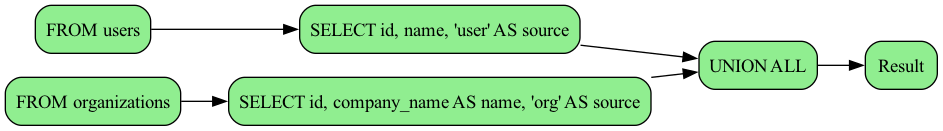
The Graphviz diagram examples/union_query_operation.png in rot1024/sqloflow, before a commit. Its source is kept beside it as examples/union_query_operation.dot.
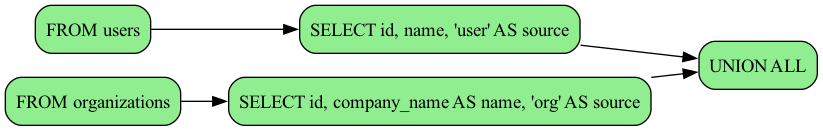
The same diagram one commit later.

Change to the diagram source:
```diff
@@ -7,11 +7,9 @@
   node_2 [label="UNION ALL", fillcolor=lightgreen, style="filled,rounded"];
   node_3 [label="FROM organizations", fillcolor=lightgreen, style="filled,rounded"];
   node_4 [label="SELECT id, company_name AS name, 'org' AS source", fillcolor=lightgreen, style="filled,rounded"];
-  node_5 [label="Result", fillcolor=lightgreen, style="filled,rounded"];
 
   node_0 -> node_1 [color=black];
   node_1 -> node_2 [color=black];
   node_3 -> node_4 [color=black];
   node_4 -> node_2 [color=black];
-  node_2 -> node_5 [color=black];
 }
```
